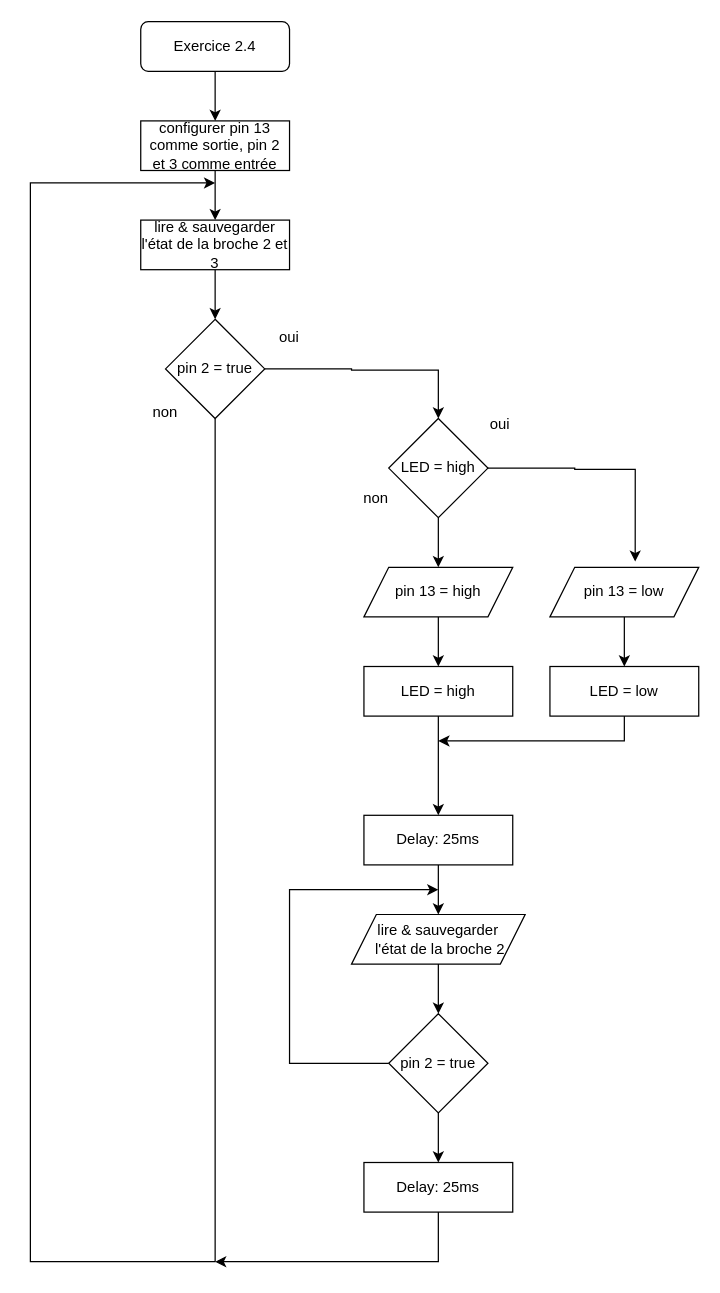
Earlier version of the draw.io diagram Ex 2.4.drawio (AlcalinePT/Arduino). Source tidied: cells renumbered, new cells numbered last; positions are measured from the earlier drawing's top-left corner, leaving out a move shared by most shapes. Both pictures are drawn from the tidied source at 124%, with x=0, y=0 at pixel (30, 21).
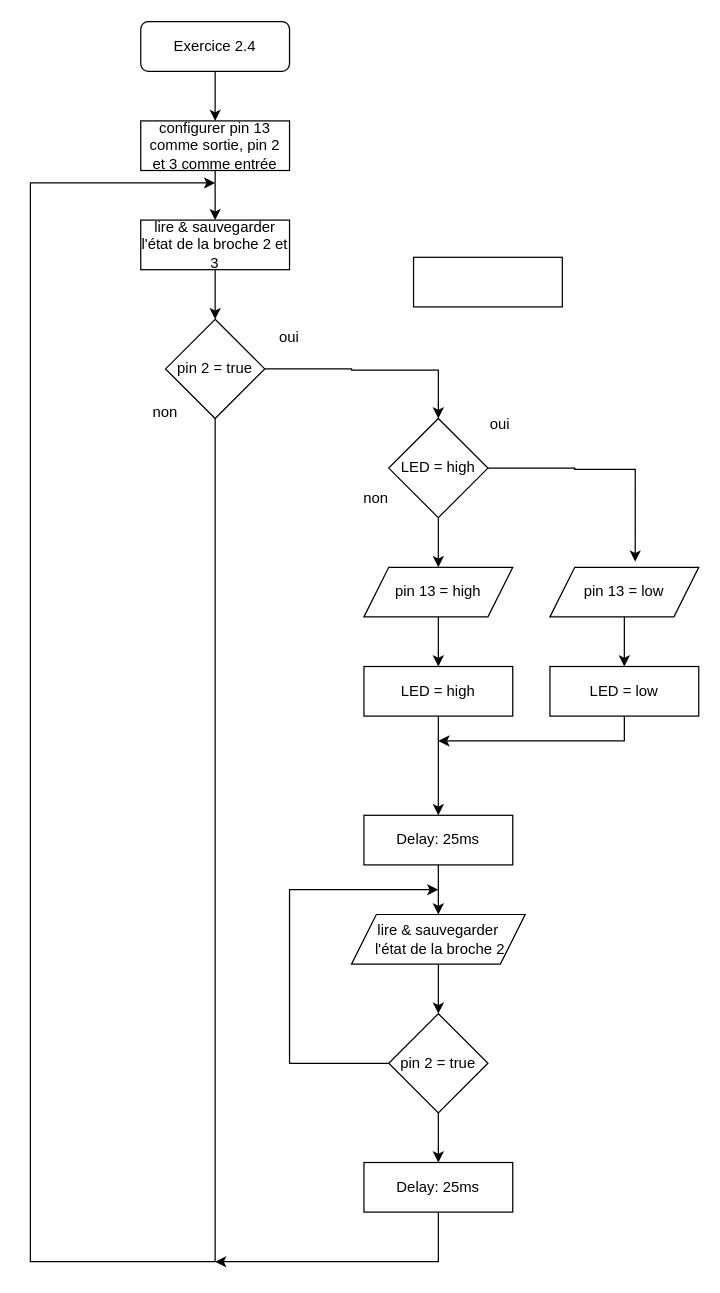
Above is the later version.

Diff of the diagram source:
```diff
@@
+    <mxCell id="35" style="rounded=0;whiteSpace=wrap;html=1;" parent="1" vertex="1">
+      <mxGeometry x="309" y="190" width="120" height="40" as="geometry" />
+    </mxCell>
```
